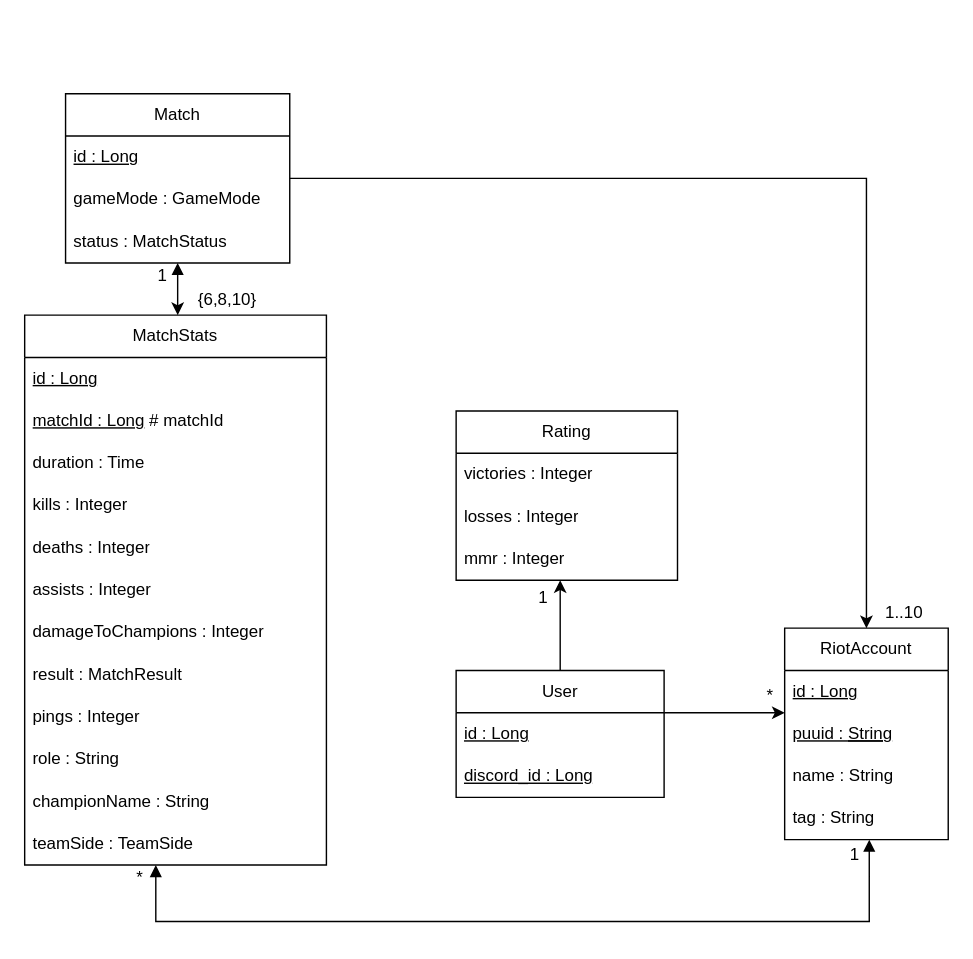
The draw.io diagram DBDiagram.drawio in SousaTrashBin/LeagueCustomsAPI, before the edit. Source tidied: cells renumbered, new cells numbered last; positions are measured from the earlier drawing's top-left corner, leaving out a move shared by most shapes. Both pictures are drawn from the tidied source at 141%, with x=0, y=0 at pixel (24, 93).
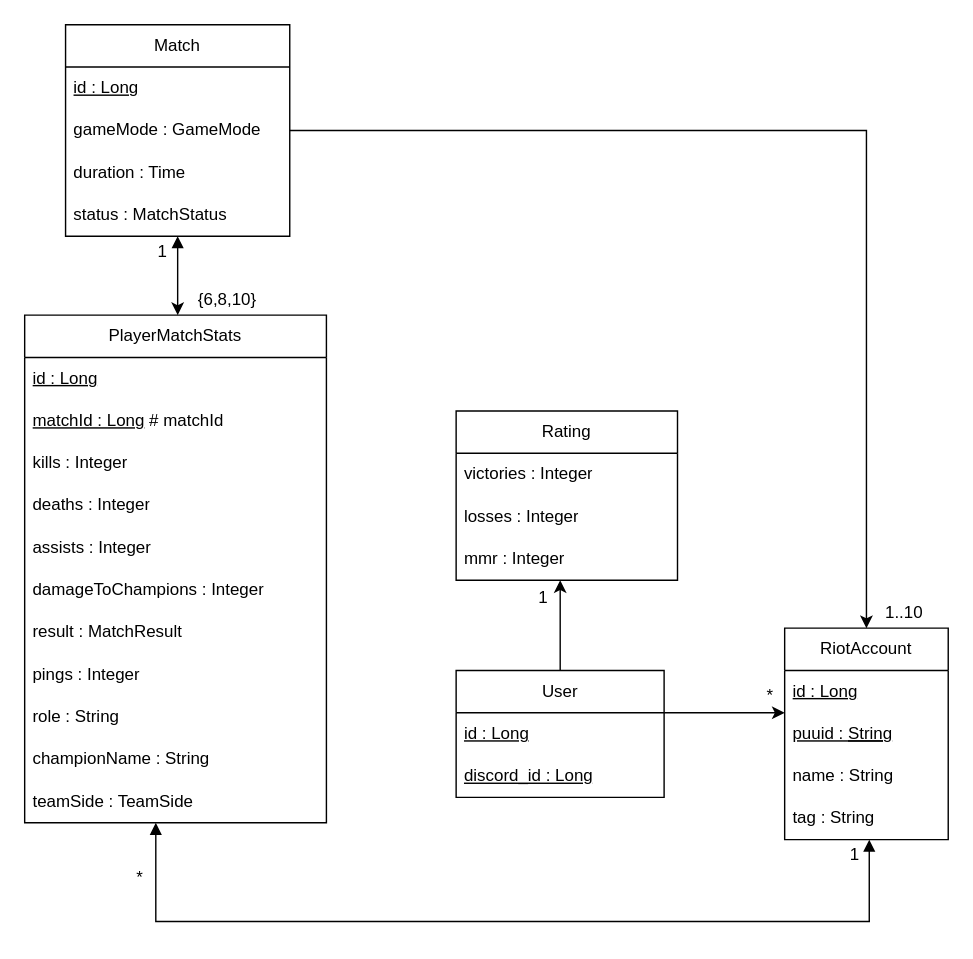
Above is the later version.

Change to the diagram source:
```diff
@@
     <mxCell id="9" value="Match" style="swimlane;fontStyle=0;horizontal=1;startSize=30;whiteSpace=wrap;html=1;fontFamily=Berkeley Mono Regular;" parent="1" vertex="1">
-      <mxGeometry x="29" width="159" height="120" as="geometry" />
+      <mxGeometry x="29" y="-49" width="159" height="150" as="geometry" />
     </mxCell>
@@
+    <mxCell id="28" value="duration : Time" style="text;strokeColor=none;fillColor=none;align=left;verticalAlign=middle;spacingLeft=4;spacingRight=4;overflow=hidden;whiteSpace=wrap;html=1;fontStyle=0;fontFamily=Berkeley Mono Regular;" parent="9" vertex="1">
+      <mxGeometry y="90" width="159" height="30" as="geometry" />
+    </mxCell>
     <mxCell id="12" value="status : MatchStatus" style="text;strokeColor=none;fillColor=none;align=left;verticalAlign=middle;spacingLeft=4;spacingRight=4;overflow=hidden;whiteSpace=wrap;html=1;fontStyle=0;fontFamily=Berkeley Mono Regular;" parent="9" vertex="1">
-      <mxGeometry y="90" width="159" height="30" as="geometry" />
+      <mxGeometry y="120" width="159" height="30" as="geometry" />
     </mxCell>
@@
-    <mxCell id="25" value="MatchStats" style="swimlane;fontStyle=0;horizontal=1;startSize=30;whiteSpace=wrap;html=1;fontFamily=Berkeley Mono Regular;" parent="1" vertex="1">
-      <mxGeometry y="157" width="214" height="390" as="geometry" />
+    <mxCell id="25" value="PlayerMatchStats" style="swimlane;fontStyle=0;horizontal=1;startSize=30;whiteSpace=wrap;html=1;fontFamily=Berkeley Mono Regular;" parent="1" vertex="1">
+      <mxGeometry y="157" width="214" height="360" as="geometry" />
     </mxCell>
@@
-    <mxCell id="28" value="duration : Time" style="text;strokeColor=none;fillColor=none;align=left;verticalAlign=middle;spacingLeft=4;spacingRight=4;overflow=hidden;whiteSpace=wrap;html=1;fontStyle=0;fontFamily=Berkeley Mono Regular;" parent="25" vertex="1">
-      <mxGeometry y="90" width="214" height="30" as="geometry" />
-    </mxCell>
     <mxCell id="29" value="kills : Integer" style="text;strokeColor=none;fillColor=none;align=left;verticalAlign=middle;spacingLeft=4;spacingRight=4;overflow=hidden;whiteSpace=wrap;html=1;fontStyle=0;fontFamily=Berkeley Mono Regular;" parent="25" vertex="1">
-      <mxGeometry y="120" width="214" height="30" as="geometry" />
+      <mxGeometry y="90" width="214" height="30" as="geometry" />
     </mxCell>
     <mxCell id="30" value="deaths : Integer" style="text;strokeColor=none;fillColor=none;align=left;verticalAlign=middle;spacingLeft=4;spacingRight=4;overflow=hidden;whiteSpace=wrap;html=1;fontStyle=0;fontFamily=Berkeley Mono Regular;" parent="25" vertex="1">
-      <mxGeometry y="150" width="214" height="30" as="geometry" />
+      <mxGeometry y="120" width="214" height="30" as="geometry" />
     </mxCell>
     <mxCell id="31" value="assists : Integer" style="text;strokeColor=none;fillColor=none;align=left;verticalAlign=middle;spacingLeft=4;spacingRight=4;overflow=hidden;whiteSpace=wrap;html=1;fontStyle=0;fontFamily=Berkeley Mono Regular;" parent="25" vertex="1">
-      <mxGeometry y="180" width="214" height="30" as="geometry" />
+      <mxGeometry y="150" width="214" height="30" as="geometry" />
     </mxCell>
     <mxCell id="32" value="damageToChampions : Integer" style="text;strokeColor=none;fillColor=none;align=left;verticalAlign=middle;spacingLeft=4;spacingRight=4;overflow=hidden;whiteSpace=wrap;html=1;fontStyle=0;fontFamily=Berkeley Mono Regular;" parent="25" vertex="1">
-      <mxGeometry y="210" width="214" height="30" as="geometry" />
+      <mxGeometry y="180" width="214" height="30" as="geometry" />
     </mxCell>
     <mxCell id="33" value="result : MatchResult" style="text;strokeColor=none;fillColor=none;align=left;verticalAlign=middle;spacingLeft=4;spacingRight=4;overflow=hidden;whiteSpace=wrap;html=1;fontStyle=0;fontFamily=Berkeley Mono Regular;" parent="25" vertex="1">
-      <mxGeometry y="240" width="214" height="30" as="geometry" />
+      <mxGeometry y="210" width="214" height="30" as="geometry" />
     </mxCell>
     <mxCell id="34" value="pings : Integer" style="text;strokeColor=none;fillColor=none;align=left;verticalAlign=middle;spacingLeft=4;spacingRight=4;overflow=hidden;whiteSpace=wrap;html=1;fontStyle=0;fontFamily=Berkeley Mono Regular;" parent="25" vertex="1">
-      <mxGeometry y="270" width="214" height="30" as="geometry" />
+      <mxGeometry y="240" width="214" height="30" as="geometry" />
     </mxCell>
     <mxCell id="35" value="role : String" style="text;strokeColor=none;fillColor=none;align=left;verticalAlign=middle;spacingLeft=4;spacingRight=4;overflow=hidden;whiteSpace=wrap;html=1;fontStyle=0;fontFamily=Berkeley Mono Regular;" parent="25" vertex="1">
-      <mxGeometry y="300" width="214" height="30" as="geometry" />
+      <mxGeometry y="270" width="214" height="30" as="geometry" />
     </mxCell>
     <mxCell id="36" value="championName : String" style="text;strokeColor=none;fillColor=none;align=left;verticalAlign=middle;spacingLeft=4;spacingRight=4;overflow=hidden;whiteSpace=wrap;html=1;fontStyle=0;fontFamily=Berkeley Mono Regular;" parent="25" vertex="1">
-      <mxGeometry y="330" width="214" height="30" as="geometry" />
+      <mxGeometry y="300" width="214" height="30" as="geometry" />
     </mxCell>
     <mxCell id="37" value="teamSide : TeamSide" style="text;strokeColor=none;fillColor=none;align=left;verticalAlign=middle;spacingLeft=4;spacingRight=4;overflow=hidden;whiteSpace=wrap;html=1;fontStyle=0;fontFamily=Berkeley Mono Regular;" parent="25" vertex="1">
-      <mxGeometry y="360" width="214" height="30" as="geometry" />
+      <mxGeometry y="330" width="214" height="30" as="geometry" />
     </mxCell>
@@
     <mxCell id="41" value="1" style="text;html=1;whiteSpace=wrap;strokeColor=none;fillColor=none;align=center;verticalAlign=middle;rounded=0;fontFamily=Berkeley Mono Regular;" parent="1" vertex="1">
-      <mxGeometry x="68" y="114" width="60" height="30" as="geometry" />
+      <mxGeometry x="68" y="97" width="60" height="30" as="geometry" />
     </mxCell>
```
